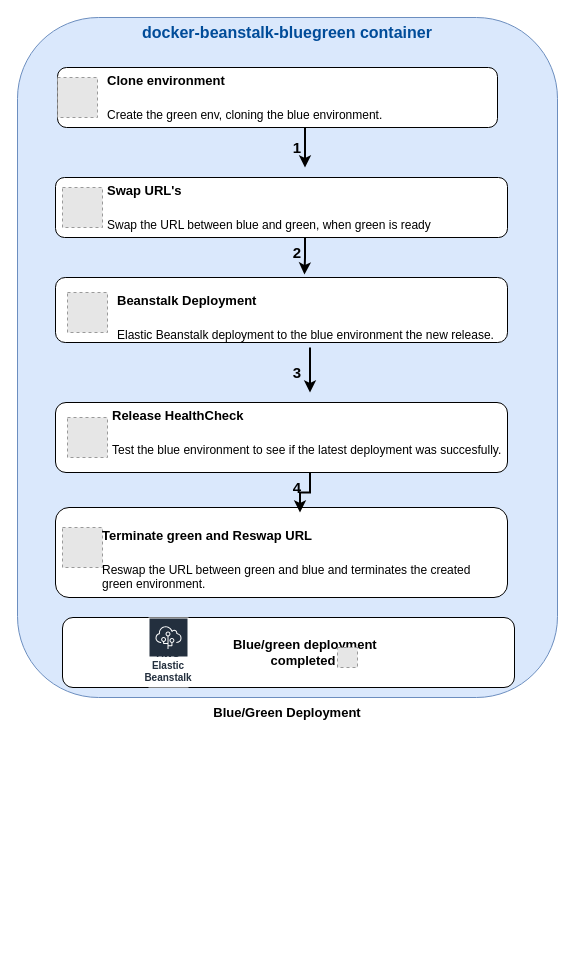
The draw.io diagram _docs/assets/BlueGreen.drawio in DNXLabs/docker-beanstalk-bluegreen, before the edit. Source tidied: cells renumbered, new cells numbered last; positions are measured from the earlier drawing's top-left corner, leaving out a move shared by most shapes. Both pictures are drawn from the tidied source at 100%, with x=0, y=0 at pixel (17, 17). Pictures stored in the file or linked from it are replaced by grey dashed boxes.
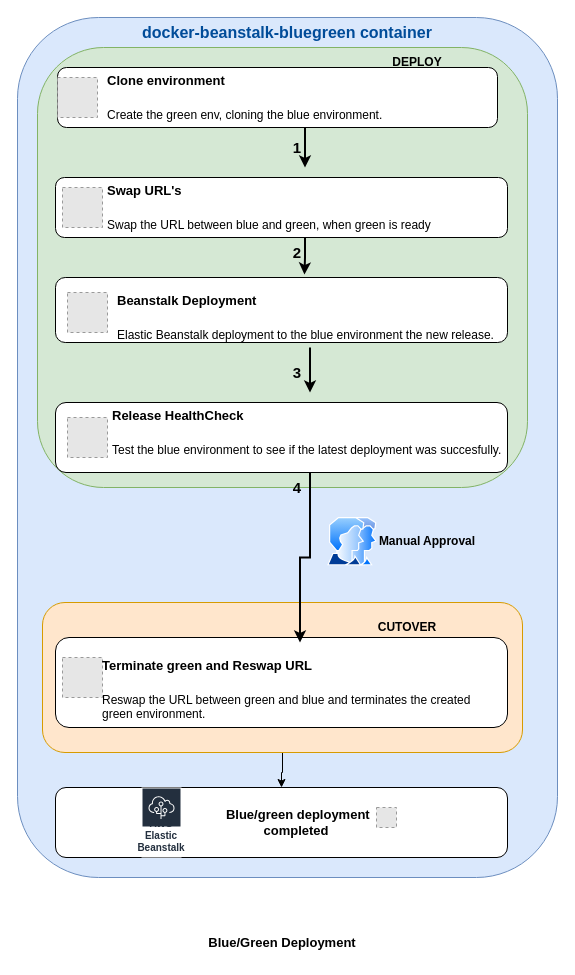
Above is the later version.

Diff of the diagram source:
```diff
@@
     <mxCell id="2" style="rounded=1;whiteSpace=wrap;html=1;fillColor=#dae8fc;strokeColor=#6c8ebf;" parent="1" vertex="1">
-      <mxGeometry width="540" height="680" as="geometry" />
+      <mxGeometry width="540" height="860" as="geometry" />
     </mxCell>
+    <mxCell id="32" style="edgeStyle=orthogonalEdgeStyle;rounded=0;jettySize=auto;html=1;exitX=0.5;exitY=1;exitDx=0;exitDy=0;" parent="1" edge="1" source="33" target="3">
+      <mxGeometry relative="1" as="geometry" />
+    </mxCell>
+    <mxCell id="33" style="rounded=1;whiteSpace=wrap;html=1;fillColor=#ffe6cc;strokeColor=#d79b00;" parent="1" vertex="1">
+      <mxGeometry x="25" y="585" width="480" height="150" as="geometry" />
+    </mxCell>
+    <mxCell id="34" style="rounded=1;whiteSpace=wrap;html=1;fillColor=#d5e8d4;strokeColor=#82b366;" parent="1" vertex="1">
+      <mxGeometry x="20" y="30" width="490" height="440" as="geometry" />
+    </mxCell>
     <mxCell id="3" style="rounded=1;whiteSpace=wrap;html=1;fontSize=13;" parent="1" vertex="1">
-      <mxGeometry x="45" y="600" width="452" height="70" as="geometry" />
+      <mxGeometry x="38" y="770" width="452" height="70" as="geometry" />
     </mxCell>
     <mxCell id="4" style="rounded=1;whiteSpace=wrap;html=1;fontSize=13;fontColor=#000000;" parent="1" vertex="1">
-      <mxGeometry x="38" y="490" width="452" height="90" as="geometry" />
+      <mxGeometry x="38" y="620" width="452" height="90" as="geometry" />
     </mxCell>
@@
     <mxCell id="17" style="fillColor=#E6E6E6;strokeColor=#999999;dashed=1;verticalLabelPosition=bottom;labelBackgroundColor=default;verticalAlign=top;" parent="1" vertex="1">
-      <mxGeometry x="45" y="510" width="40" height="40" as="geometry" />
+      <mxGeometry x="45" y="640" width="40" height="40" as="geometry" />
     </mxCell>
     <mxCell id="18" value="&lt;h1&gt;&lt;font style=&quot;font-size: 13px&quot;&gt;Terminate green and Reswap URL&lt;/font&gt;&lt;/h1&gt;&lt;p&gt;Reswap the URL between green and blue and terminates the created green environment.&lt;/p&gt;" style="text;html=1;strokeColor=none;fillColor=none;spacing=5;spacingTop=-20;whiteSpace=wrap;overflow=hidden;rounded=0;fontColor=#000000;" parent="1" vertex="1">
-      <mxGeometry x="80" y="495" width="405" height="85" as="geometry" />
+      <mxGeometry x="80" y="625" width="405" height="85" as="geometry" />
     </mxCell>
     <mxCell id="19" value="AWS Elastic Beanstalk" style="sketch=0;fontColor=#232F3E;gradientColor=none;strokeColor=#ffffff;fillColor=#232F3E;dashed=0;verticalLabelPosition=middle;verticalAlign=bottom;align=center;html=1;whiteSpace=wrap;fontSize=10;fontStyle=1;spacing=3;shape=mxgraph.aws4.productIcon;prIcon=mxgraph.aws4.elastic_beanstalk;" parent="1" vertex="1">
-      <mxGeometry x="131" y="600" width="40" height="70" as="geometry" />
+      <mxGeometry x="124" y="770" width="40" height="70" as="geometry" />
     </mxCell>
     <mxCell id="20" value="&lt;b&gt;&amp;nbsp;Blue/green deployment&lt;br&gt;completed&lt;br&gt;&lt;/b&gt;" style="text;html=1;strokeColor=none;fillColor=none;align=center;verticalAlign=middle;whiteSpace=wrap;rounded=0;fontSize=13;fontColor=#000000;" parent="1" vertex="1">
-      <mxGeometry x="181" y="620" width="210" height="30" as="geometry" />
+      <mxGeometry x="174" y="790" width="210" height="30" as="geometry" />
     </mxCell>
     <mxCell id="21" value="&lt;b&gt;Blue/Green Deployment&lt;/b&gt;" style="text;html=1;strokeColor=none;fillColor=none;align=center;verticalAlign=middle;whiteSpace=wrap;rounded=0;fontSize=13;fontColor=#000000;" parent="1" vertex="1">
-      <mxGeometry x="190" y="680" width="160" height="30" as="geometry" />
+      <mxGeometry x="185" y="910" width="160" height="30" as="geometry" />
     </mxCell>
@@
     <mxCell id="27" style="fillColor=#E6E6E6;strokeColor=#999999;dashed=1;verticalLabelPosition=bottom;labelBackgroundColor=default;verticalAlign=top;" parent="1" vertex="1">
-      <mxGeometry x="320" y="630" width="20" height="20" as="geometry" />
+      <mxGeometry x="359" y="790" width="20" height="20" as="geometry" />
     </mxCell>
@@
+    <mxCell id="35" style="perimeter=ellipsePerimeter;html=1;align=center;shadow=0;dashed=0;spacingTop=3;image;image=img/lib/active_directory/user_accounts.svg;" parent="1" vertex="1">
+      <mxGeometry x="310" y="500" width="50" height="48.5" as="geometry" />
+    </mxCell>
+    <mxCell id="36" value="&lt;b&gt;Manual Approval&lt;/b&gt;" style="text;html=1;strokeColor=none;fillColor=none;align=center;verticalAlign=middle;whiteSpace=wrap;rounded=0;" parent="1" vertex="1">
+      <mxGeometry x="360" y="509.2" width="100" height="30" as="geometry" />
+    </mxCell>
+    <mxCell id="37" value="&lt;b&gt;DEPLOY&lt;/b&gt;" style="text;html=1;strokeColor=none;fillColor=none;align=center;verticalAlign=middle;whiteSpace=wrap;rounded=0;" parent="1" vertex="1">
+      <mxGeometry x="370" y="30" width="60" height="30" as="geometry" />
+    </mxCell>
+    <mxCell id="38" value="&lt;b&gt;CUTOVER&lt;/b&gt;" style="text;html=1;strokeColor=none;fillColor=none;align=center;verticalAlign=middle;whiteSpace=wrap;rounded=0;" parent="1" vertex="1">
+      <mxGeometry x="360" y="595" width="60" height="30" as="geometry" />
+    </mxCell>
```
